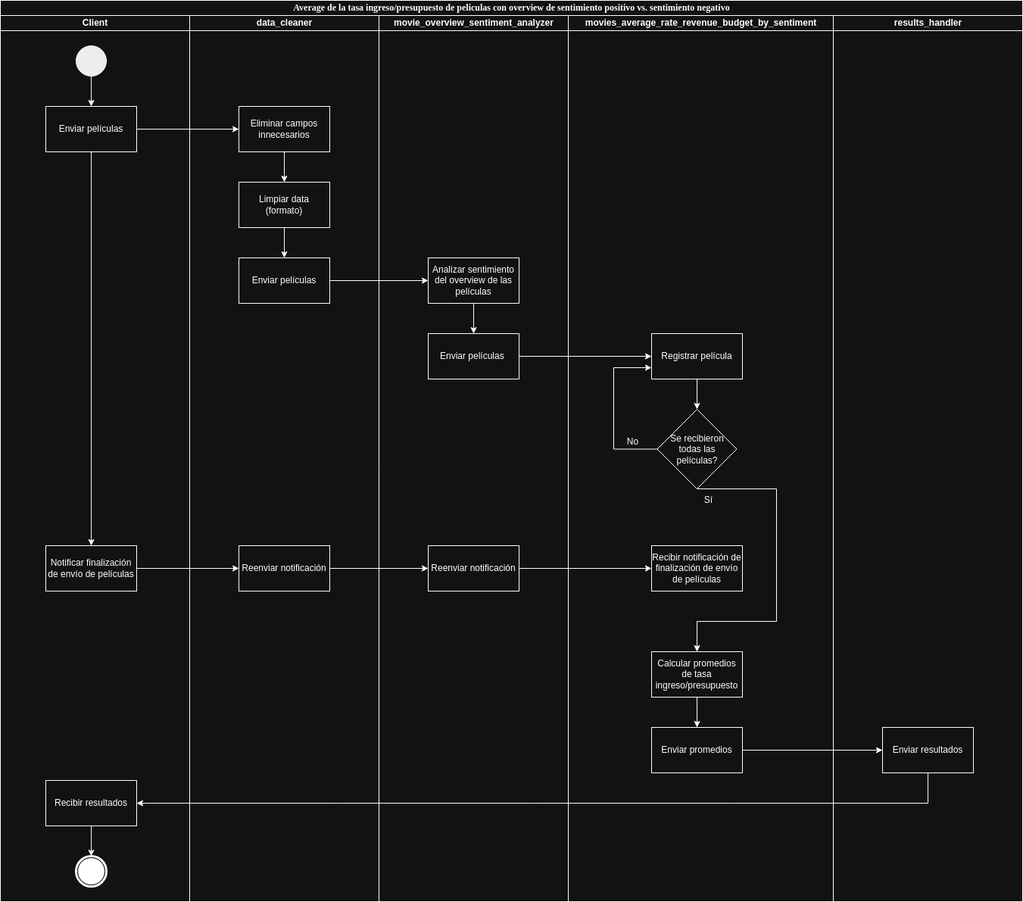
Above: diagramas/actividades/q5_diagrama_actividades.png in AlanBotoshansky/distribuidos-tp-grupo2 (draw.io), before the change. Source tidied: cells renumbered, new cells last; positions are measured from the earlier drawing's top-left corner, leaving out a move shared by most shapes.
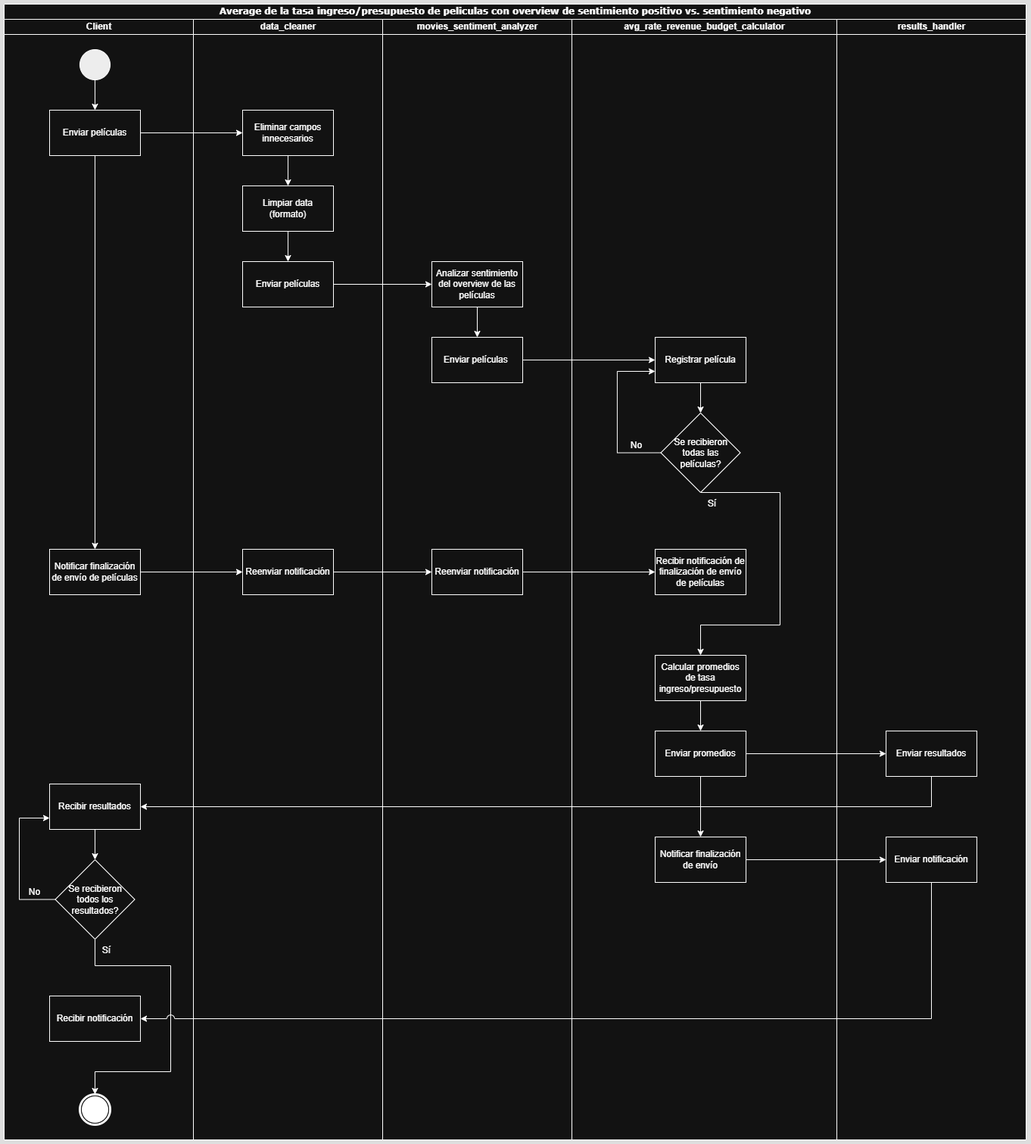
After the commit.

Change to the diagram source:
```diff
@@ -3,10 +3,10 @@
     <mxCell id="0" />
     <mxCell id="1" parent="0" />
     <mxCell id="2" value="&lt;div&gt;Average de la tasa ingreso/presupuesto de peliculas con overview de sentimiento positivo&amp;nbsp;&lt;span style=&quot;background-color: transparent; color: light-dark(rgb(0, 0, 0), rgb(255, 255, 255));&quot;&gt;vs. sentimiento negativo&lt;/span&gt;&lt;/div&gt;" style="swimlane;html=1;startSize=20;rounded=0;shadow=0;comic=0;labelBackgroundColor=none;strokeWidth=1;fontFamily=Verdana;fontSize=12;align=center;swimlaneFillColor=default;" parent="1" vertex="1">
-      <mxGeometry width="1350" height="1190" as="geometry" />
+      <mxGeometry width="1350" height="1500" as="geometry" />
     </mxCell>
     <mxCell id="3" value="Client" style="swimlane;html=1;startSize=20;" parent="2" vertex="1">
-      <mxGeometry y="20" width="250" height="1170" as="geometry" />
+      <mxGeometry y="20" width="250" height="1480" as="geometry" />
     </mxCell>
     <mxCell id="4" style="edgeStyle=orthogonalEdgeStyle;rounded=0;jettySize=auto;html=1;exitX=0.5;exitY=1;exitDx=0;exitDy=0;entryX=0.5;entryY=0;entryDx=0;entryDy=0;" parent="3" edge="1" source="5" target="7">
       <mxGeometry relative="1" as="geometry" />
@@ -20,20 +20,50 @@
     <mxCell id="7" value="Enviar películas" style="rounded=0;whiteSpace=wrap;html=1;" parent="3" vertex="1">
       <mxGeometry x="60" y="120" width="120" height="60" as="geometry" />
     </mxCell>
-    <mxCell id="8" style="edgeStyle=orthogonalEdgeStyle;rounded=0;jettySize=auto;html=1;exitX=0.5;exitY=1;exitDx=0;exitDy=0;entryX=0.5;entryY=0;entryDx=0;entryDy=0;" parent="3" edge="1" source="9" target="10">
-      <mxGeometry relative="1" as="geometry" />
-    </mxCell>
+    <mxCell id="11" value="Notificar finalización de envío de películas" style="rounded=0;whiteSpace=wrap;html=1;" parent="3" vertex="1">
+      <mxGeometry x="60" y="700" width="120" height="60" as="geometry" />
+    </mxCell>
+    <mxCell id="46" style="shape=mxgraph.bpmn.shape;html=1;verticalLabelPosition=bottom;labelBackgroundColor=#ffffff;verticalAlign=top;perimeter=ellipsePerimeter;outline=end;symbol=terminate;rounded=0;shadow=0;comic=0;strokeWidth=1;fontFamily=Verdana;fontSize=12;align=center;" parent="3" vertex="1">
+      <mxGeometry x="100" y="1420" width="40" height="40" as="geometry" />
+    </mxCell>
+    <mxCell id="47" style="edgeStyle=orthogonalEdgeStyle;rounded=0;hachureGap=4;jettySize=auto;html=1;exitX=0.5;exitY=1;exitDx=0;exitDy=0;entryX=0.5;entryY=0;entryDx=0;entryDy=0;fontFamily=Architects Daughter;fontSource=https%3A%2F%2Ffonts.googleapis.com%2Fcss%3Ffamily%3DArchitects%2BDaughter;" parent="3" edge="1" source="9" target="50">
+      <mxGeometry relative="1" as="geometry" />
+    </mxCell>
     <mxCell id="9" value="Recibir resultados" style="rounded=0;whiteSpace=wrap;html=1;" parent="3" vertex="1">
       <mxGeometry x="60" y="1010" width="120" height="60" as="geometry" />
     </mxCell>
-    <mxCell id="10" style="shape=mxgraph.bpmn.shape;html=1;verticalLabelPosition=bottom;labelBackgroundColor=#ffffff;verticalAlign=top;perimeter=ellipsePerimeter;outline=end;symbol=terminate;rounded=0;shadow=0;comic=0;strokeWidth=1;fontFamily=Verdana;fontSize=12;align=center;" parent="3" vertex="1">
-      <mxGeometry x="100" y="1110" width="40" height="40" as="geometry" />
-    </mxCell>
-    <mxCell id="11" value="Notificar finalización de envío de películas" style="rounded=0;whiteSpace=wrap;html=1;" parent="3" vertex="1">
-      <mxGeometry x="60" y="700" width="120" height="60" as="geometry" />
-    </mxCell>
+    <mxCell id="48" style="edgeStyle=orthogonalEdgeStyle;rounded=0;hachureGap=4;jettySize=auto;html=1;exitX=0.5;exitY=1;exitDx=0;exitDy=0;entryX=0.5;entryY=0;entryDx=0;entryDy=0;fontFamily=Architects Daughter;fontSource=https%3A%2F%2Ffonts.googleapis.com%2Fcss%3Ffamily%3DArchitects%2BDaughter;" parent="3" edge="1" source="50" target="46">
+      <mxGeometry relative="1" as="geometry">
+        <Array as="points">
+          <mxPoint x="120" y="1250" />
+          <mxPoint x="220" y="1250" />
+          <mxPoint x="220" y="1390" />
+          <mxPoint x="120" y="1390" />
+        </Array>
+      </mxGeometry>
+    </mxCell>
+    <mxCell id="49" style="edgeStyle=orthogonalEdgeStyle;rounded=0;hachureGap=4;jettySize=auto;html=1;exitX=0;exitY=0.5;exitDx=0;exitDy=0;entryX=0;entryY=0.75;entryDx=0;entryDy=0;fontFamily=Architects Daughter;fontSource=https%3A%2F%2Ffonts.googleapis.com%2Fcss%3Ffamily%3DArchitects%2BDaughter;" parent="3" edge="1" source="50" target="9">
+      <mxGeometry relative="1" as="geometry">
+        <Array as="points">
+          <mxPoint x="20" y="1163" />
+          <mxPoint x="20" y="1055" />
+        </Array>
+      </mxGeometry>
+    </mxCell>
+    <mxCell id="50" value="&lt;font&gt;Se&amp;nbsp;&lt;/font&gt;&lt;span style=&quot;background-color: transparent; color: light-dark(rgb(0, 0, 0), rgb(255, 255, 255));&quot;&gt;recibieron todos los resultados?&lt;/span&gt;" style="rhombus;whiteSpace=wrap;html=1;" parent="3" vertex="1">
+      <mxGeometry x="67.5" y="1110" width="105" height="105" as="geometry" />
+    </mxCell>
+    <mxCell id="51" value="&lt;font style=&quot;font-family: Helvetica; text-wrap-mode: wrap;&quot;&gt;No&lt;/font&gt;" style="text;html=1;align=center;verticalAlign=middle;strokeColor=none;fillColor=none;fontFamily=Architects Daughter;fontSource=https%3A%2F%2Ffonts.googleapis.com%2Fcss%3Ffamily%3DArchitects%2BDaughter;" parent="3" vertex="1">
+      <mxGeometry x="20" y="1138" width="40" height="30" as="geometry" />
+    </mxCell>
+    <mxCell id="52" value="&lt;font style=&quot;font-family: Helvetica; text-wrap-mode: wrap;&quot;&gt;Sí&lt;/font&gt;" style="text;html=1;align=center;verticalAlign=middle;strokeColor=none;fillColor=none;fontFamily=Architects Daughter;fontSource=https%3A%2F%2Ffonts.googleapis.com%2Fcss%3Ffamily%3DArchitects%2BDaughter;" parent="3" vertex="1">
+      <mxGeometry x="120" y="1215" width="30" height="30" as="geometry" />
+    </mxCell>
+    <mxCell id="53" value="Recibir notificación" style="rounded=0;whiteSpace=wrap;html=1;" parent="3" vertex="1">
+      <mxGeometry x="60" y="1290" width="120" height="60" as="geometry" />
+    </mxCell>
     <mxCell id="12" value="data_cleaner" style="swimlane;html=1;startSize=20;" parent="2" vertex="1">
-      <mxGeometry x="250" y="20" width="250" height="1170" as="geometry" />
+      <mxGeometry x="250" y="20" width="250" height="1480" as="geometry" />
     </mxCell>
     <mxCell id="13" style="edgeStyle=orthogonalEdgeStyle;rounded=0;hachureGap=4;jettySize=auto;html=1;fontFamily=Architects Daughter;fontSource=https%3A%2F%2Ffonts.googleapis.com%2Fcss%3Ffamily%3DArchitects%2BDaughter;" parent="12" edge="1" source="14" target="16">
       <mxGeometry relative="1" as="geometry" />
@@ -53,8 +83,8 @@
     <mxCell id="18" value="Reenviar notificación" style="rounded=0;whiteSpace=wrap;html=1;" parent="12" vertex="1">
       <mxGeometry x="65" y="700" width="120" height="60" as="geometry" />
     </mxCell>
-    <mxCell id="19" value="&lt;div&gt;movie_&lt;span style=&quot;background-color: transparent; color: light-dark(rgb(0, 0, 0), rgb(255, 255, 255));&quot;&gt;overview_&lt;/span&gt;&lt;span style=&quot;background-color: transparent; color: light-dark(rgb(0, 0, 0), rgb(255, 255, 255));&quot;&gt;sentiment_&lt;/span&gt;&lt;span style=&quot;background-color: transparent; color: light-dark(rgb(0, 0, 0), rgb(255, 255, 255));&quot;&gt;analyzer&lt;/span&gt;&lt;/div&gt;" style="swimlane;html=1;startSize=20;" parent="2" vertex="1">
-      <mxGeometry x="500" y="20" width="250" height="1170" as="geometry" />
+    <mxCell id="19" value="&lt;div&gt;&lt;span style=&quot;font-size: 12px;&quot;&gt;movies_&lt;/span&gt;&lt;span style=&quot;background-color: transparent; color: light-dark(rgb(0, 0, 0), rgb(255, 255, 255));&quot;&gt;sentiment_&lt;/span&gt;&lt;span style=&quot;background-color: transparent; color: light-dark(rgb(0, 0, 0), rgb(255, 255, 255));&quot;&gt;analyzer&lt;/span&gt;&lt;/div&gt;" style="swimlane;html=1;startSize=20;" parent="2" vertex="1">
+      <mxGeometry x="500" y="20" width="250" height="1480" as="geometry" />
     </mxCell>
     <mxCell id="20" value="Analizar sentimiento del overview de las películas" style="rounded=0;whiteSpace=wrap;html=1;" parent="19" vertex="1">
       <mxGeometry x="65" y="320" width="120" height="60" as="geometry" />
@@ -68,8 +98,8 @@
     <mxCell id="23" value="Reenviar notificación" style="rounded=0;whiteSpace=wrap;html=1;" parent="19" vertex="1">
       <mxGeometry x="65" y="700" width="120" height="60" as="geometry" />
     </mxCell>
-    <mxCell id="24" value="&lt;div&gt;movies_average_rate&lt;span style=&quot;background-color: transparent; color: light-dark(rgb(0, 0, 0), rgb(255, 255, 255));&quot;&gt;_revenue_budget&lt;/span&gt;&lt;span style=&quot;background-color: transparent; color: light-dark(rgb(0, 0, 0), rgb(255, 255, 255));&quot;&gt;_by_sentiment&lt;/span&gt;&lt;/div&gt;" style="swimlane;html=1;startSize=20;" parent="2" vertex="1">
-      <mxGeometry x="750" y="20" width="350" height="1170" as="geometry" />
+    <mxCell id="24" value="&lt;div&gt;&lt;span style=&quot;font-size: 12px;&quot;&gt;avg_rate_&lt;/span&gt;&lt;span style=&quot;background-color: transparent; color: light-dark(rgb(0, 0, 0), rgb(255, 255, 255));&quot;&gt;revenue_&lt;/span&gt;&lt;span style=&quot;background-color: transparent; color: light-dark(rgb(0, 0, 0), rgb(255, 255, 255));&quot;&gt;budget_&lt;/span&gt;&lt;span style=&quot;background-color: transparent; color: light-dark(rgb(0, 0, 0), rgb(255, 255, 255));&quot;&gt;calculator&lt;/span&gt;&lt;/div&gt;" style="swimlane;html=1;startSize=20;" parent="2" vertex="1">
+      <mxGeometry x="750" y="20" width="350" height="1480" as="geometry" />
     </mxCell>
     <mxCell id="25" style="edgeStyle=orthogonalEdgeStyle;rounded=0;hachureGap=4;jettySize=auto;html=1;exitX=0.5;exitY=1;exitDx=0;exitDy=0;entryX=0.5;entryY=0;entryDx=0;entryDy=0;fontFamily=Architects Daughter;fontSource=https%3A%2F%2Ffonts.googleapis.com%2Fcss%3Ffamily%3DArchitects%2BDaughter;" parent="24" edge="1" source="26" target="29">
       <mxGeometry relative="1" as="geometry" />
@@ -112,15 +142,24 @@
     <mxCell id="34" value="Calcular promedios de tasa ingreso/presupuesto" style="rounded=0;whiteSpace=wrap;html=1;" parent="24" vertex="1">
       <mxGeometry x="110" y="840" width="120" height="60" as="geometry" />
     </mxCell>
+    <mxCell id="54" style="edgeStyle=orthogonalEdgeStyle;rounded=0;hachureGap=4;jettySize=auto;html=1;exitX=0.5;exitY=1;exitDx=0;exitDy=0;entryX=0.5;entryY=0;entryDx=0;entryDy=0;fontFamily=Architects Daughter;fontSource=https%3A%2F%2Ffonts.googleapis.com%2Fcss%3Ffamily%3DArchitects%2BDaughter;" parent="24" edge="1" source="35" target="55">
+      <mxGeometry relative="1" as="geometry" />
+    </mxCell>
     <mxCell id="35" value="Enviar promedios" style="rounded=0;whiteSpace=wrap;html=1;" parent="24" vertex="1">
       <mxGeometry x="110" y="940" width="120" height="60" as="geometry" />
     </mxCell>
+    <mxCell id="55" value="Notificar finalización de envío" style="rounded=0;whiteSpace=wrap;html=1;" parent="24" vertex="1">
+      <mxGeometry x="110" y="1080" width="120" height="60" as="geometry" />
+    </mxCell>
     <mxCell id="36" value="results_handler" style="swimlane;html=1;startSize=20;" parent="2" vertex="1">
-      <mxGeometry x="1100" y="20" width="250" height="1170" as="geometry" />
+      <mxGeometry x="1100" y="20" width="250" height="1480" as="geometry" />
     </mxCell>
     <mxCell id="37" value="Enviar resultados" style="rounded=0;whiteSpace=wrap;html=1;" parent="36" vertex="1">
       <mxGeometry x="65" y="940" width="120" height="60" as="geometry" />
     </mxCell>
+    <mxCell id="56" value="Enviar notificación" style="rounded=0;whiteSpace=wrap;html=1;" parent="36" vertex="1">
+      <mxGeometry x="65" y="1080" width="120" height="60" as="geometry" />
+    </mxCell>
     <mxCell id="38" style="edgeStyle=orthogonalEdgeStyle;rounded=0;jettySize=auto;html=1;exitX=1;exitY=0.5;exitDx=0;exitDy=0;entryX=0;entryY=0.5;entryDx=0;entryDy=0;" parent="2" edge="1" source="7" target="14">
       <mxGeometry relative="1" as="geometry" />
     </mxCell>
@@ -136,7 +175,7 @@
     <mxCell id="42" style="edgeStyle=orthogonalEdgeStyle;shape=connector;rounded=0;hachureGap=4;jettySize=auto;html=1;exitX=1;exitY=0.5;exitDx=0;exitDy=0;entryX=0;entryY=0.5;entryDx=0;entryDy=0;strokeColor=default;align=center;verticalAlign=middle;fontFamily=Architects Daughter;fontSource=https%3A%2F%2Ffonts.googleapis.com%2Fcss%3Ffamily%3DArchitects%2BDaughter;fontSize=11;fontColor=default;labelBackgroundColor=default;endArrow=classic;" parent="2" edge="1" source="35" target="37">
       <mxGeometry relative="1" as="geometry" />
     </mxCell>
-    <mxCell id="43" style="edgeStyle=orthogonalEdgeStyle;shape=connector;rounded=0;hachureGap=4;jettySize=auto;html=1;exitX=0.5;exitY=1;exitDx=0;exitDy=0;entryX=1;entryY=0.5;entryDx=0;entryDy=0;strokeColor=default;align=center;verticalAlign=middle;fontFamily=Architects Daughter;fontSource=https%3A%2F%2Ffonts.googleapis.com%2Fcss%3Ffamily%3DArchitects%2BDaughter;fontSize=11;fontColor=default;labelBackgroundColor=default;endArrow=classic;" parent="2" edge="1" source="37" target="9">
+    <mxCell id="43" style="edgeStyle=orthogonalEdgeStyle;shape=connector;rounded=0;hachureGap=4;jettySize=auto;html=1;exitX=0.5;exitY=1;exitDx=0;exitDy=0;strokeColor=default;align=center;verticalAlign=middle;fontFamily=Architects Daughter;fontSource=https%3A%2F%2Ffonts.googleapis.com%2Fcss%3Ffamily%3DArchitects%2BDaughter;fontSize=11;fontColor=default;labelBackgroundColor=default;endArrow=classic;entryX=1;entryY=0.5;entryDx=0;entryDy=0;" parent="2" edge="1" source="37" target="9">
       <mxGeometry relative="1" as="geometry" />
     </mxCell>
     <mxCell id="44" style="edgeStyle=orthogonalEdgeStyle;rounded=0;hachureGap=4;jettySize=auto;html=1;exitX=1;exitY=0.5;exitDx=0;exitDy=0;entryX=0;entryY=0.5;entryDx=0;entryDy=0;fontFamily=Architects Daughter;fontSource=https%3A%2F%2Ffonts.googleapis.com%2Fcss%3Ffamily%3DArchitects%2BDaughter;" parent="2" edge="1" source="18" target="23">
@@ -145,5 +184,11 @@
     <mxCell id="45" style="edgeStyle=orthogonalEdgeStyle;shape=connector;rounded=0;hachureGap=4;jettySize=auto;html=1;exitX=1;exitY=0.5;exitDx=0;exitDy=0;entryX=0;entryY=0.5;entryDx=0;entryDy=0;strokeColor=default;align=center;verticalAlign=middle;fontFamily=Architects Daughter;fontSource=https%3A%2F%2Ffonts.googleapis.com%2Fcss%3Ffamily%3DArchitects%2BDaughter;fontSize=11;fontColor=default;labelBackgroundColor=default;endArrow=classic;" parent="2" edge="1" source="17" target="20">
       <mxGeometry relative="1" as="geometry" />
     </mxCell>
+    <mxCell id="57" style="edgeStyle=orthogonalEdgeStyle;shape=connector;rounded=0;hachureGap=4;jettySize=auto;html=1;exitX=1;exitY=0.5;exitDx=0;exitDy=0;entryX=0;entryY=0.5;entryDx=0;entryDy=0;strokeColor=default;align=center;verticalAlign=middle;fontFamily=Architects Daughter;fontSource=https%3A%2F%2Ffonts.googleapis.com%2Fcss%3Ffamily%3DArchitects%2BDaughter;fontSize=11;fontColor=default;labelBackgroundColor=default;endArrow=classic;" parent="2" edge="1" source="55" target="56">
+      <mxGeometry relative="1" as="geometry" />
+    </mxCell>
+    <mxCell id="58" style="edgeStyle=orthogonalEdgeStyle;shape=connector;rounded=0;hachureGap=4;jettySize=auto;html=1;exitX=0.5;exitY=1;exitDx=0;exitDy=0;entryX=1;entryY=0.5;entryDx=0;entryDy=0;strokeColor=default;align=center;verticalAlign=middle;fontFamily=Architects Daughter;fontSource=https%3A%2F%2Ffonts.googleapis.com%2Fcss%3Ffamily%3DArchitects%2BDaughter;fontSize=11;fontColor=default;labelBackgroundColor=default;endArrow=classic;jumpStyle=arc;jumpSize=10;" parent="2" edge="1" source="56" target="53">
+      <mxGeometry relative="1" as="geometry" />
+    </mxCell>
   </root>
 </mxGraphModel>
```
